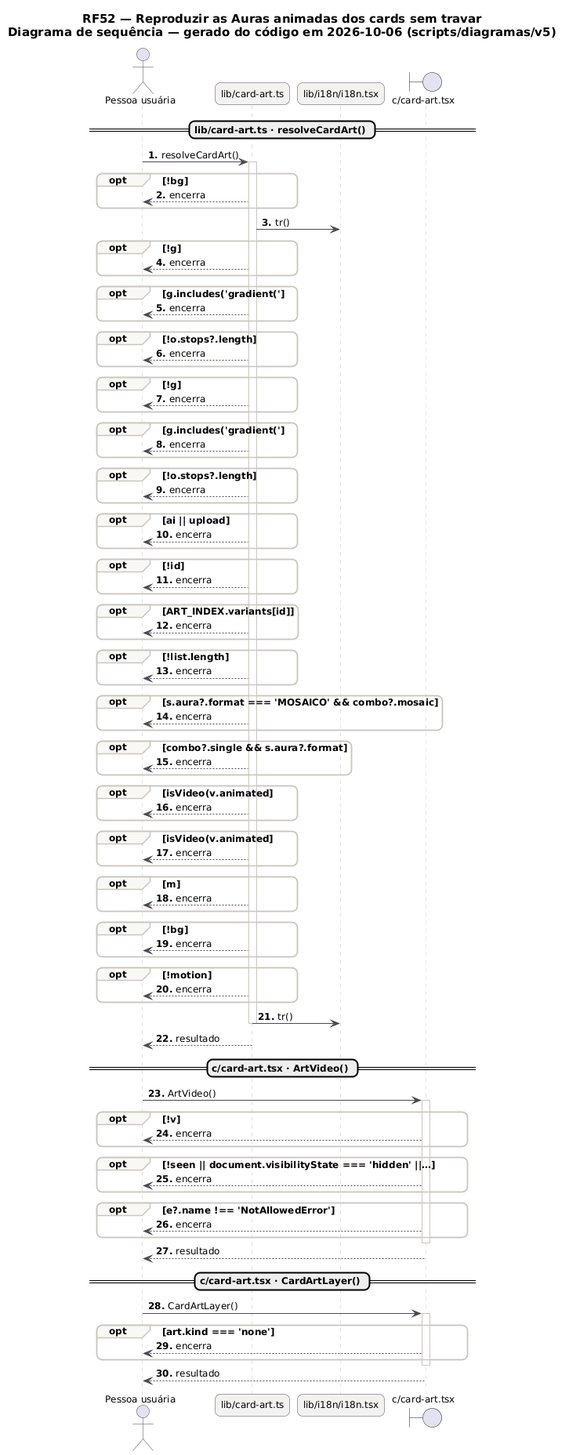
Before: docs/diagramas/RF52/RF52_Sequencia.png, a diagram exported from PlantUML (MatheusHaliski/tcc-2026-fashion-ai-backend). The source it was exported from:
```plantuml
@startuml RF52_Sequencia
skinparam backgroundColor #FFFFFF
skinparam shadowing false
skinparam defaultFontName "DejaVu Sans"
skinparam defaultFontSize 12
skinparam titleFontSize 15
skinparam roundcorner 14
skinparam ArrowColor #52606D
skinparam note {
  BackgroundColor #FFFDEB
  BorderColor #D8CE78
  FontColor #554F24
}
skinparam sequence {
  ArrowColor #4A4852
  LifeLineBorderColor #CBC6BE
  ParticipantBackgroundColor #F4F2EF
  ParticipantBorderColor #4A4852
  ActorBorderColor #4A4852
  GroupBorderColor #CBC6BE
  GroupBackgroundColor #FAF8F5
}
autonumber "<b>0."
title RF52 — Reproduzir as Auras animadas dos cards sem travar\nDiagrama de sequência — gerado do código em 2026-10-06 (scripts/diagramas/v5)

actor "Pessoa usuária" as U
participant "lib/card-art.ts" as lib_card_art_ts
participant "lib/i18n/i18n.tsx" as lib_i18n_i18n_tsx
boundary "c/card-art.tsx" as c_card_art_tsx
== lib/card-art.ts · resolveCardArt() ==
U -> lib_card_art_ts : resolveCardArt()
activate lib_card_art_ts
opt !bg
lib_card_art_ts --> U : encerra
end
lib_card_art_ts -> lib_i18n_i18n_tsx : tr()
opt !g
lib_card_art_ts --> U : encerra
end
opt g.includes('gradient('
lib_card_art_ts --> U : encerra
end
opt !o.stops?.length
lib_card_art_ts --> U : encerra
end
opt !g
lib_card_art_ts --> U : encerra
end
opt g.includes('gradient('
lib_card_art_ts --> U : encerra
end
opt !o.stops?.length
lib_card_art_ts --> U : encerra
end
opt ai || upload
lib_card_art_ts --> U : encerra
end
opt !id
lib_card_art_ts --> U : encerra
end
opt ART_INDEX.variants[id]
lib_card_art_ts --> U : encerra
end
opt !list.length
lib_card_art_ts --> U : encerra
end
opt s.aura?.format === 'MOSAICO' && combo?.mosaic
lib_card_art_ts --> U : encerra
end
opt combo?.single && s.aura?.format
lib_card_art_ts --> U : encerra
end
opt isVideo(v.animated
lib_card_art_ts --> U : encerra
end
opt isVideo(v.animated
lib_card_art_ts --> U : encerra
end
opt m
lib_card_art_ts --> U : encerra
end
opt !bg
lib_card_art_ts --> U : encerra
end
opt !motion
lib_card_art_ts --> U : encerra
end
lib_card_art_ts -> lib_i18n_i18n_tsx : tr()
deactivate lib_card_art_ts
lib_card_art_ts --> U : resultado
== c/card-art.tsx · ArtVideo() ==
U -> c_card_art_tsx : ArtVideo()
activate c_card_art_tsx
opt !v
c_card_art_tsx --> U : encerra
end
opt !seen || document.visibilityState === 'hidden' ||…
c_card_art_tsx --> U : encerra
end
opt e?.name !== 'NotAllowedError'
c_card_art_tsx --> U : encerra
end
deactivate c_card_art_tsx
c_card_art_tsx --> U : resultado
== c/card-art.tsx · CardArtLayer() ==
U -> c_card_art_tsx : CardArtLayer()
activate c_card_art_tsx
opt art.kind === 'none'
c_card_art_tsx --> U : encerra
end
deactivate c_card_art_tsx
c_card_art_tsx --> U : resultado
@enduml
```
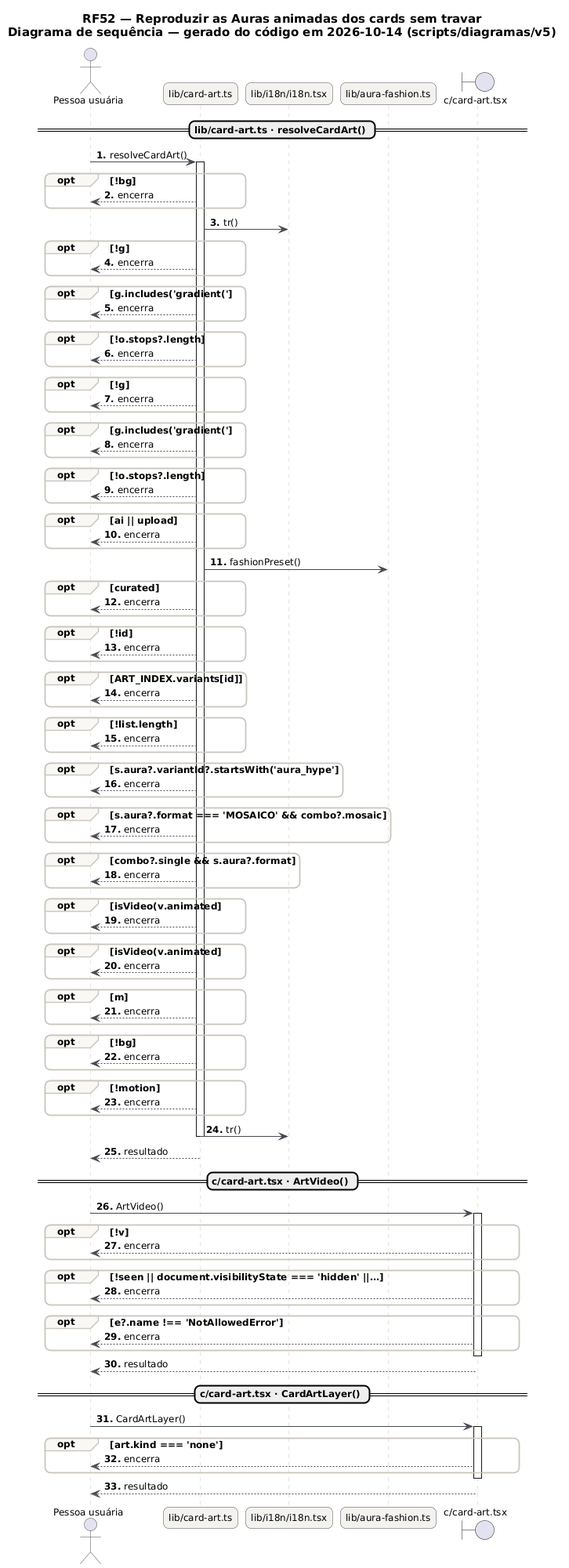
The same diagram one commit later.

Change to the diagram source:
```diff
@@ -21,11 +21,12 @@
   GroupBackgroundColor #FAF8F5
 }
 autonumber "<b>0."
-title RF52 — Reproduzir as Auras animadas dos cards sem travar\nDiagrama de sequência — gerado do código em 2026-10-06 (scripts/diagramas/v5)
+title RF52 — Reproduzir as Auras animadas dos cards sem travar\nDiagrama de sequência — gerado do código em 2026-10-14 (scripts/diagramas/v5)
 
 actor "Pessoa usuária" as U
 participant "lib/card-art.ts" as lib_card_art_ts
 participant "lib/i18n/i18n.tsx" as lib_i18n_i18n_tsx
+participant "lib/aura-fashion.ts" as lib_aura_fashion_ts
 boundary "c/card-art.tsx" as c_card_art_tsx
 == lib/card-art.ts · resolveCardArt() ==
 U -> lib_card_art_ts : resolveCardArt()
@@ -55,6 +56,10 @@
 opt ai || upload
 lib_card_art_ts --> U : encerra
 end
+lib_card_art_ts -> lib_aura_fashion_ts : fashionPreset()
+opt curated
+lib_card_art_ts --> U : encerra
+end
 opt !id
 lib_card_art_ts --> U : encerra
 end
@@ -62,6 +67,9 @@
 lib_card_art_ts --> U : encerra
 end
 opt !list.length
+lib_card_art_ts --> U : encerra
+end
+opt s.aura?.variantId?.startsWith('aura_hype'
 lib_card_art_ts --> U : encerra
 end
 opt s.aura?.format === 'MOSAICO' && combo?.mosaic
```
